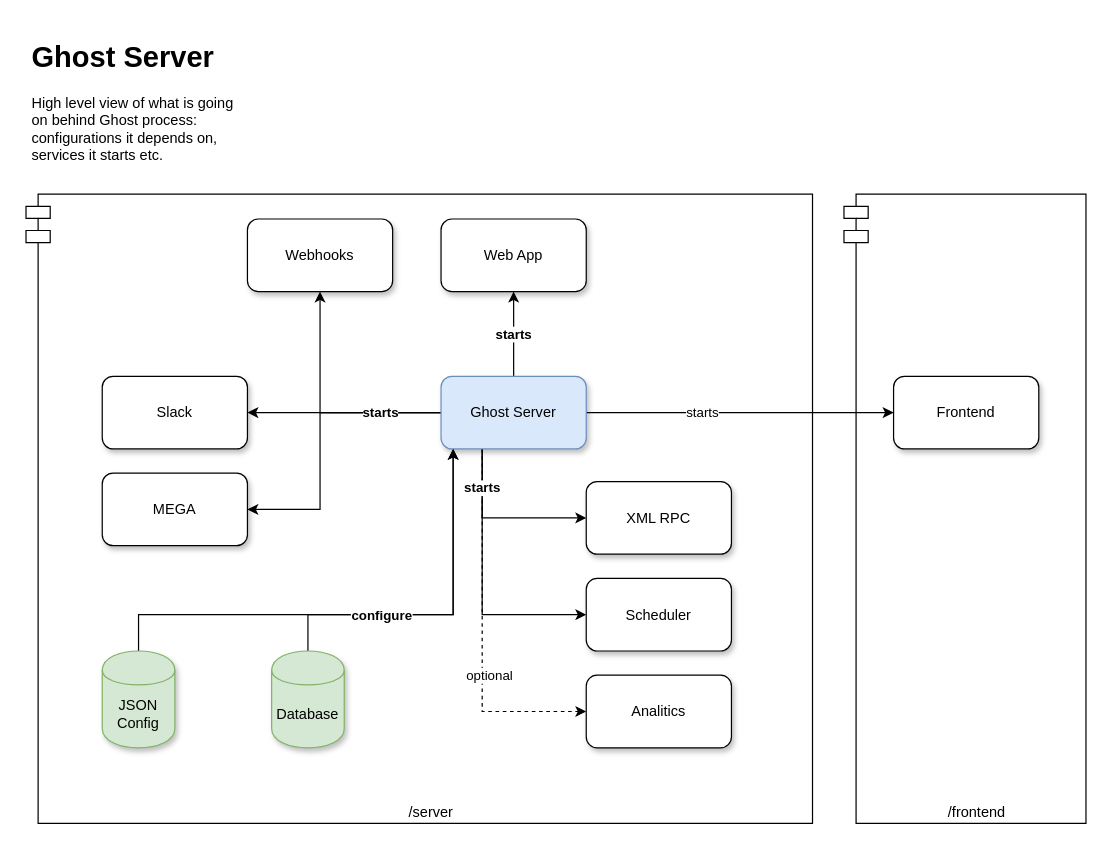
Above: page "Ghost Server" (1 of 12) of ghost.drawio in TryGhost/architecture-diagrams (draw.io), before the change. Source tidied: cells renumbered, new cells numbered last; positions are measured from the earlier drawing's top-left corner, leaving out a move shared by most shapes. Both pictures are drawn from the tidied source at 121%, with x=0, y=0 at pixel (25, 33).
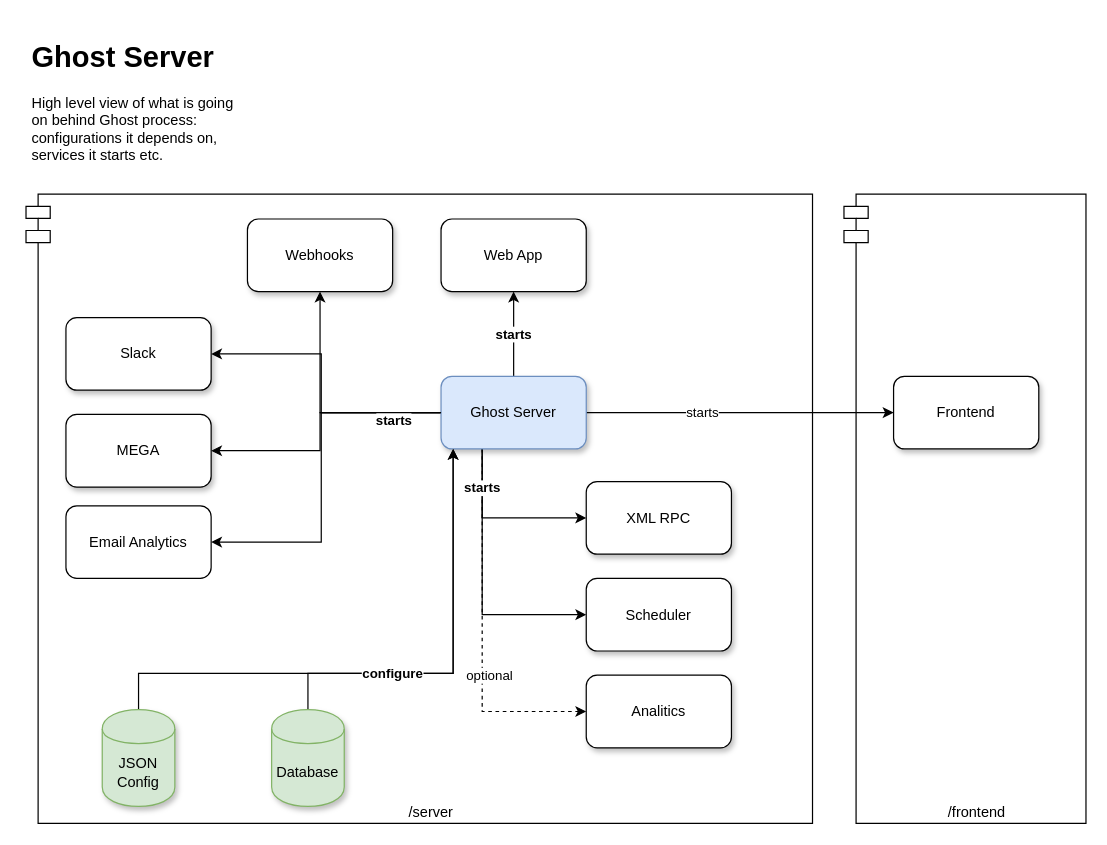
The same page after the edit.

Commit message (it also covers changes not shown here):
Added email analytics diagram

The change refers to these unchanged cells:
```xml
<mxCell id="14" value="Ghost Server" style="rounded=1;whiteSpace=wrap;html=1;shadow=1;comic=0;glass=0;fillColor=#dae8fc;strokeColor=#6c8ebf;" parent="1" vertex="1">
  <mxGeometry x="343" y="283.5" width="120" height="60" as="geometry" />
</mxCell>
```

Change to the diagram source:
```diff
@@
     <mxCell id="9" style="edgeStyle=orthogonalEdgeStyle;rounded=0;jettySize=auto;html=1;fontStyle=1;" parent="1" edge="1" source="14" target="21">
-      <mxGeometry relative="1" as="geometry" />
+      <mxGeometry relative="1" as="geometry">
+        <Array as="points">
+          <mxPoint x="244" y="314" />
+          <mxPoint x="244" y="265" />
+        </Array>
+      </mxGeometry>
     </mxCell>
     <mxCell id="10" value="starts" style="edgeStyle=orthogonalEdgeStyle;rounded=0;jettySize=auto;html=1;entryX=1;entryY=0.5;entryDx=0;entryDy=0;fontStyle=1;" parent="1" edge="1" source="14" target="22">
-      <mxGeometry x="-0.58" relative="1" as="geometry">
+      <mxGeometry x="-0.65" y="6" relative="1" as="geometry">
         <Array as="points">
-          <mxPoint x="243" y="313.5" />
-          <mxPoint x="243" y="393.5" />
+          <mxPoint x="243" y="314" />
+          <mxPoint x="243" y="345" />
         </Array>
       </mxGeometry>
     </mxCell>
@@
     <mxCell id="17" style="edgeStyle=orthogonalEdgeStyle;rounded=0;jettySize=auto;html=1;fontStyle=1;" parent="1" edge="1" source="18" target="14">
       <mxGeometry relative="1" as="geometry">
         <Array as="points">
-          <mxPoint x="233" y="480.5" />
-          <mxPoint x="353" y="480.5" />
+          <mxPoint x="233" y="529" />
+          <mxPoint x="353" y="529" />
         </Array>
       </mxGeometry>
     </mxCell>
     <mxCell id="18" value="Database&lt;br&gt;" style="shape=cylinder;whiteSpace=wrap;html=1;boundedLbl=1;backgroundOutline=1;rounded=1;shadow=1;glass=0;comic=0;fillColor=#d5e8d4;strokeColor=#82b366;" parent="1" vertex="1">
-      <mxGeometry x="203" y="510.5" width="60" height="80" as="geometry" />
+      <mxGeometry x="203" y="559" width="60" height="80" as="geometry" />
     </mxCell>
@@
     <mxCell id="21" value="Slack" style="rounded=1;whiteSpace=wrap;html=1;shadow=1;glass=0;comic=0;" parent="1" vertex="1">
-      <mxGeometry x="63" y="283.5" width="120" height="60" as="geometry" />
+      <mxGeometry x="33" y="235" width="120" height="60" as="geometry" />
     </mxCell>
     <mxCell id="22" value="MEGA" style="rounded=1;whiteSpace=wrap;html=1;shadow=1;glass=0;comic=0;" parent="1" vertex="1">
-      <mxGeometry x="63" y="363.5" width="120" height="60" as="geometry" />
+      <mxGeometry x="33" y="315" width="120" height="60" as="geometry" />
     </mxCell>
     <mxCell id="23" value="configure" style="edgeStyle=orthogonalEdgeStyle;rounded=0;jettySize=auto;html=1;fontStyle=1;" parent="1" edge="1" source="24" target="14">
-      <mxGeometry x="0.08" relative="1" as="geometry">
+      <mxGeometry x="0.01" relative="1" as="geometry">
         <Array as="points">
-          <mxPoint x="93" y="480.5" />
-          <mxPoint x="353" y="480.5" />
+          <mxPoint x="93" y="529" />
+          <mxPoint x="353" y="529" />
         </Array>
       </mxGeometry>
     </mxCell>
     <mxCell id="24" value="JSON Config" style="shape=cylinder;whiteSpace=wrap;html=1;boundedLbl=1;backgroundOutline=1;rounded=1;shadow=1;glass=0;comic=0;fillColor=#d5e8d4;strokeColor=#82b366;" parent="1" vertex="1">
-      <mxGeometry x="63" y="510.5" width="60" height="80" as="geometry" />
+      <mxGeometry x="63" y="559" width="60" height="80" as="geometry" />
     </mxCell>
@@
+    <mxCell id="28" value="Email Analytics" style="rounded=1;whiteSpace=wrap;html=1;align=center;" parent="1" vertex="1">
+      <mxGeometry x="33" y="390.5" width="120" height="60" as="geometry" />
+    </mxCell>
+    <mxCell id="29" style="edgeStyle=orthogonalEdgeStyle;rounded=0;jettySize=auto;html=1;entryX=1;entryY=0.5;entryDx=0;entryDy=0;" parent="1" edge="1" source="14" target="28">
+      <mxGeometry relative="1" as="geometry">
+        <Array as="points">
+          <mxPoint x="244" y="314" />
+          <mxPoint x="244" y="421" />
+        </Array>
+      </mxGeometry>
+    </mxCell>
```
